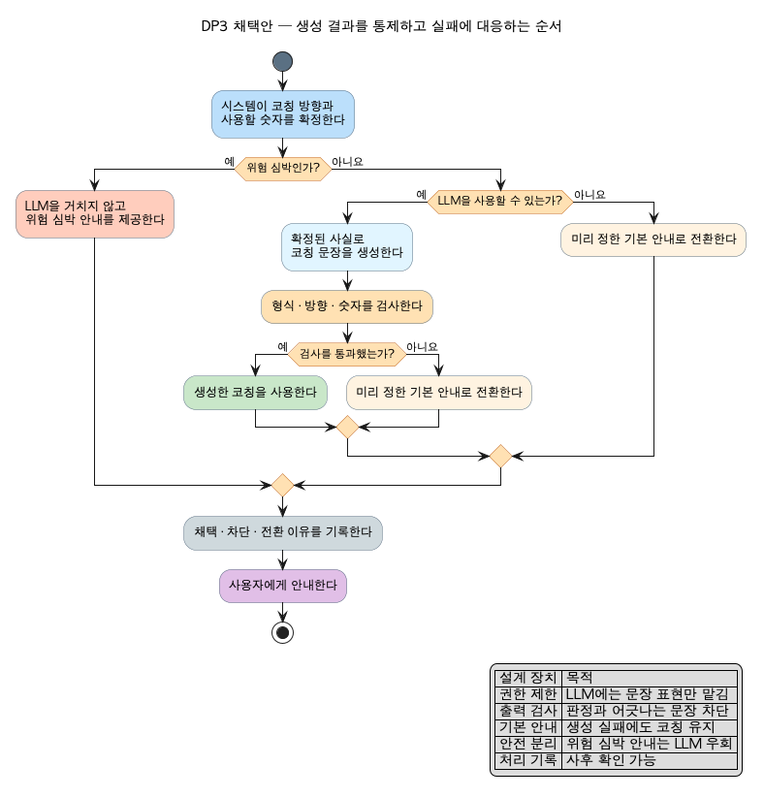
This is docs/img/dp-02-controllability-detail.png from tenyearslove/zone2runner, a PlantUML export, as it was before one commit.
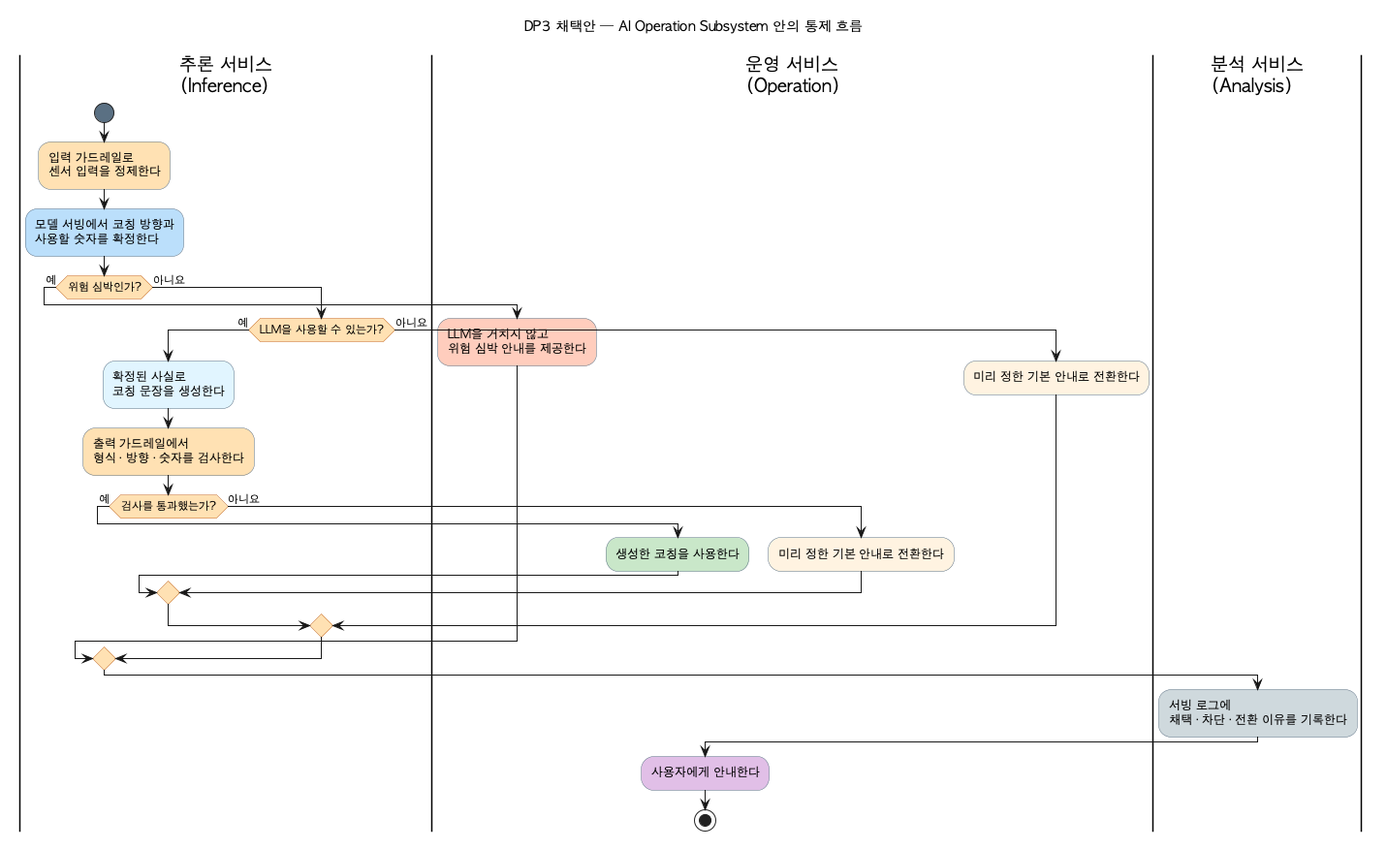
After the change.

Diff of the diagram source:
```diff
@@ -1,5 +1,5 @@
 @startuml
-title DP3 채택안 — 생성 결과를 통제하고 실패에 대응하는 순서
+title DP3 채택안 — AI Operation Subsystem 안의 통제 흐름
 
 skinparam defaultFontName "AppleGothic"
 skinparam shadowing false
@@ -12,35 +12,36 @@
   EndColor #5B7083
 }
 
+|추론 서비스\n(Inference)|
 start
-:시스템이 코칭 방향과\n사용할 숫자를 확정한다; <<#BBDEFB>>
+:입력 가드레일로\n센서 입력을 정제한다; <<#FFE0B2>>
+:모델 서빙에서 코칭 방향과\n사용할 숫자를 확정한다; <<#BBDEFB>>
 
 if (위험 심박인가?) then (예)
+  |운영 서비스\n(Operation)|
   :LLM을 거치지 않고\n위험 심박 안내를 제공한다; <<#FFCCBC>>
 else (아니요)
+  |추론 서비스\n(Inference)|
   if (LLM을 사용할 수 있는가?) then (예)
     :확정된 사실로\n코칭 문장을 생성한다; <<#E1F5FE>>
-    :형식 · 방향 · 숫자를 검사한다; <<#FFE0B2>>
+    :출력 가드레일에서\n형식 · 방향 · 숫자를 검사한다; <<#FFE0B2>>
     if (검사를 통과했는가?) then (예)
+      |운영 서비스\n(Operation)|
       :생성한 코칭을 사용한다; <<#C8E6C9>>
     else (아니요)
+      |운영 서비스\n(Operation)|
       :미리 정한 기본 안내로 전환한다; <<#FFF3E0>>
     endif
   else (아니요)
+    |운영 서비스\n(Operation)|
     :미리 정한 기본 안내로 전환한다; <<#FFF3E0>>
   endif
 endif
 
-:채택 · 차단 · 전환 이유를 기록한다; <<#CFD8DC>>
+|분석 서비스\n(Analysis)|
+:서빙 로그에\n채택 · 차단 · 전환 이유를 기록한다; <<#CFD8DC>>
+
+|운영 서비스\n(Operation)|
 :사용자에게 안내한다; <<#E1BEE7>>
 stop
-
-legend right
-  |= 설계 장치 |= 목적 |
-  | 권한 제한 | LLM에는 문장 표현만 맡김 |
-  | 출력 검사 | 판정과 어긋나는 문장 차단 |
-  | 기본 안내 | 생성 실패에도 코칭 유지 |
-  | 안전 분리 | 위험 심박 안내는 LLM 우회 |
-  | 처리 기록 | 사후 확인 가능 |
-endlegend
 @enduml
```
